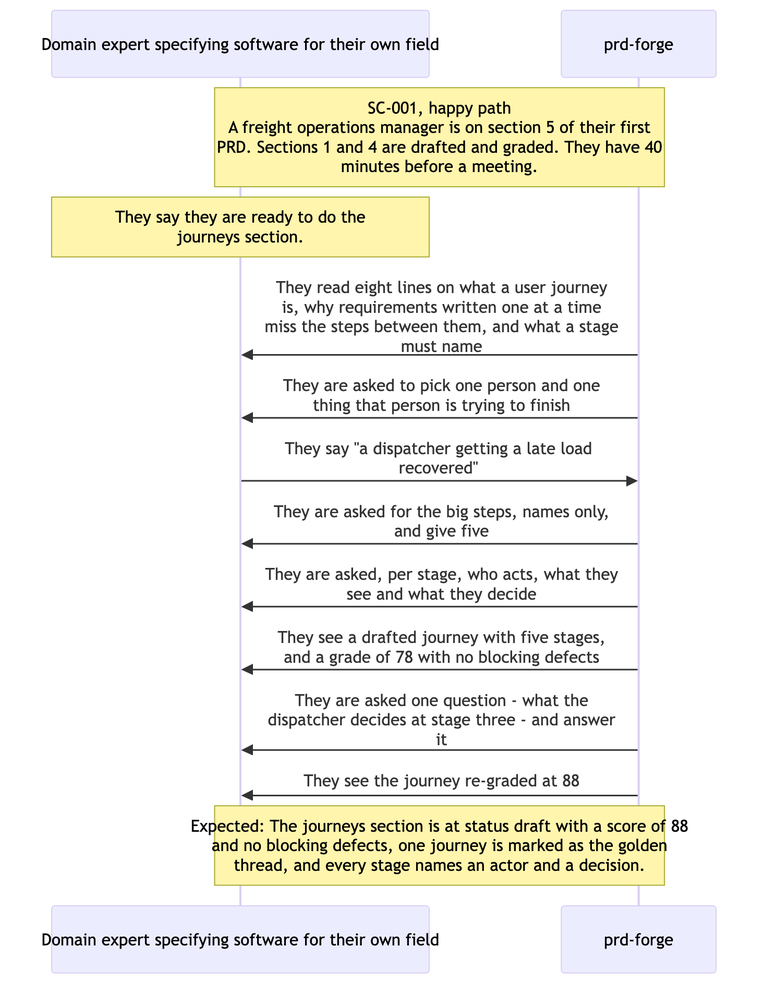
Earlier version of the Mermaid export docs/prd/prd-forge/diagrams/SC-001.png (SpillwaveSolutions/prd-forge). Its source is kept beside it as docs/prd/prd-forge/diagrams/SC-001.mmd.
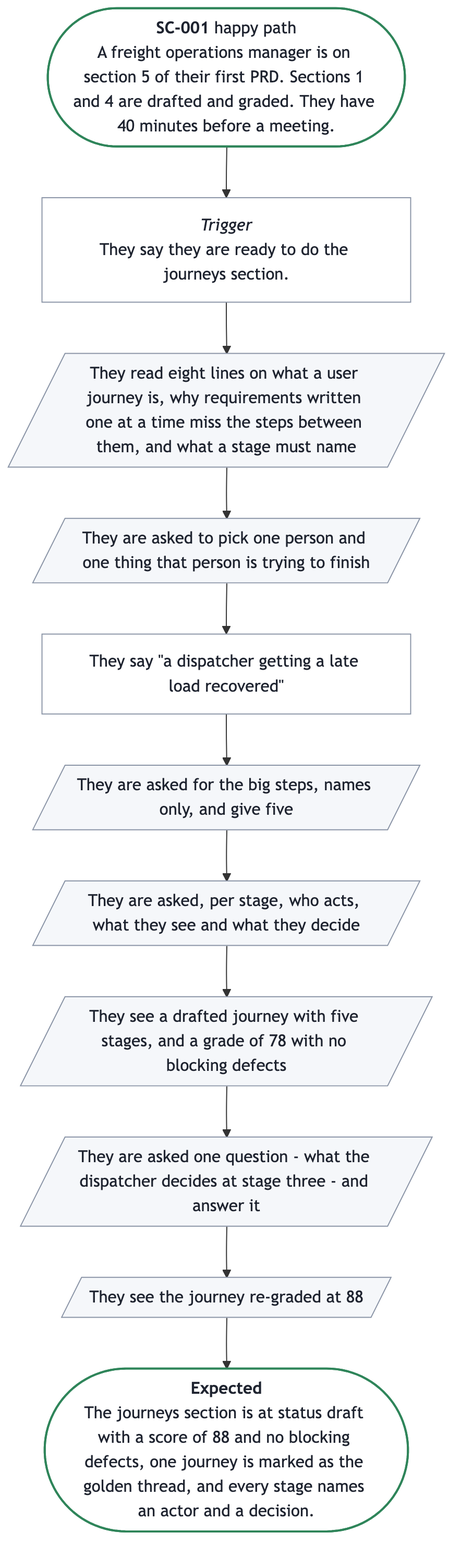
Later version of the same file.

The edit, as a diff of the source:
```diff
@@ -1,14 +1,27 @@
-sequenceDiagram
-  participant P as Domain expert specifying software for their own field
-  participant S as prd-forge
-  Note over P,S: SC-001, happy path<br/>A freight operations manager is on section 5 of their first<br/>PRD. Sections 1 and 4 are drafted and graded. They have 40<br/>minutes before a meeting.
-  Note over P: They say they are ready to do the<br/>journeys section.
-  S->>P: They read eight lines on what a user journey<br/>is, why requirements written one at a time<br/>miss the steps between them, and what a stage<br/>must name
-  S->>P: They are asked to pick one person and one<br/>thing that person is trying to finish
-  P->>S: They say #quot;a dispatcher getting a late load<br/>recovered#quot;
-  S->>P: They are asked for the big steps, names only,<br/>and give five
-  S->>P: They are asked, per stage, who acts, what they<br/>see and what they decide
-  S->>P: They see a drafted journey with five stages,<br/>and a grade of 78 with no blocking defects
-  S->>P: They are asked one question - what the<br/>dispatcher decides at stage three - and answer<br/>it
-  S->>P: They see the journey re-graded at 88
-  Note over P,S: Expected: The journeys section is at status draft with a score of 88<br/>and no blocking defects, one journey is marked as the golden<br/>thread, and every stage names an actor and a decision.
+%%{init: {"flowchart": {"wrappingWidth": 300}}}%%
+flowchart TB
+  start(["<b>SC-001</b> happy path<br/>A freight operations manager is on section 5 of their first PRD. Sections 1 and 4 are drafted and graded. They have 40 minutes before a meeting."])
+  trigger["<i>Trigger</i><br/>They say they are ready to do the journeys section."]
+  s0[/"They read eight lines on what a user journey is, why requirements written one at a time miss the steps between them, and what a stage must name"/]
+  s1[/"They are asked to pick one person and one thing that person is trying to finish"/]
+  s2["They say #quot;a dispatcher getting a late load recovered#quot;"]
+  s3[/"They are asked for the big steps, names only, and give five"/]
+  s4[/"They are asked, per stage, who acts, what they see and what they decide"/]
+  s5[/"They see a drafted journey with five stages, and a grade of 78 with no blocking defects"/]
+  s6[/"They are asked one question - what the dispatcher decides at stage three - and answer it"/]
+  s7[/"They see the journey re-graded at 88"/]
+  done(["<b>Expected</b><br/>The journeys section is at status draft with a score of 88 and no blocking defects, one journey is marked as the golden thread, and every stage names an actor and a decision."])
+  start --> trigger --> s0 --> s1 --> s2 --> s3 --> s4 --> s5 --> s6 --> s7 --> done
+  classDef ends fill:#FFFFFF,stroke:#2F855A,stroke-width:2px,color:#1F2430
+  classDef sees fill:#F5F7FA,stroke:#8A94A6,color:#1F2430
+  classDef does fill:#FFFFFF,stroke:#8A94A6,color:#1F2430
+  class start,done ends
+  class s0 sees
+  class s1 sees
+  class s2 does
+  class s3 sees
+  class s4 sees
+  class s5 sees
+  class s6 sees
+  class s7 sees
+  class trigger does
```
